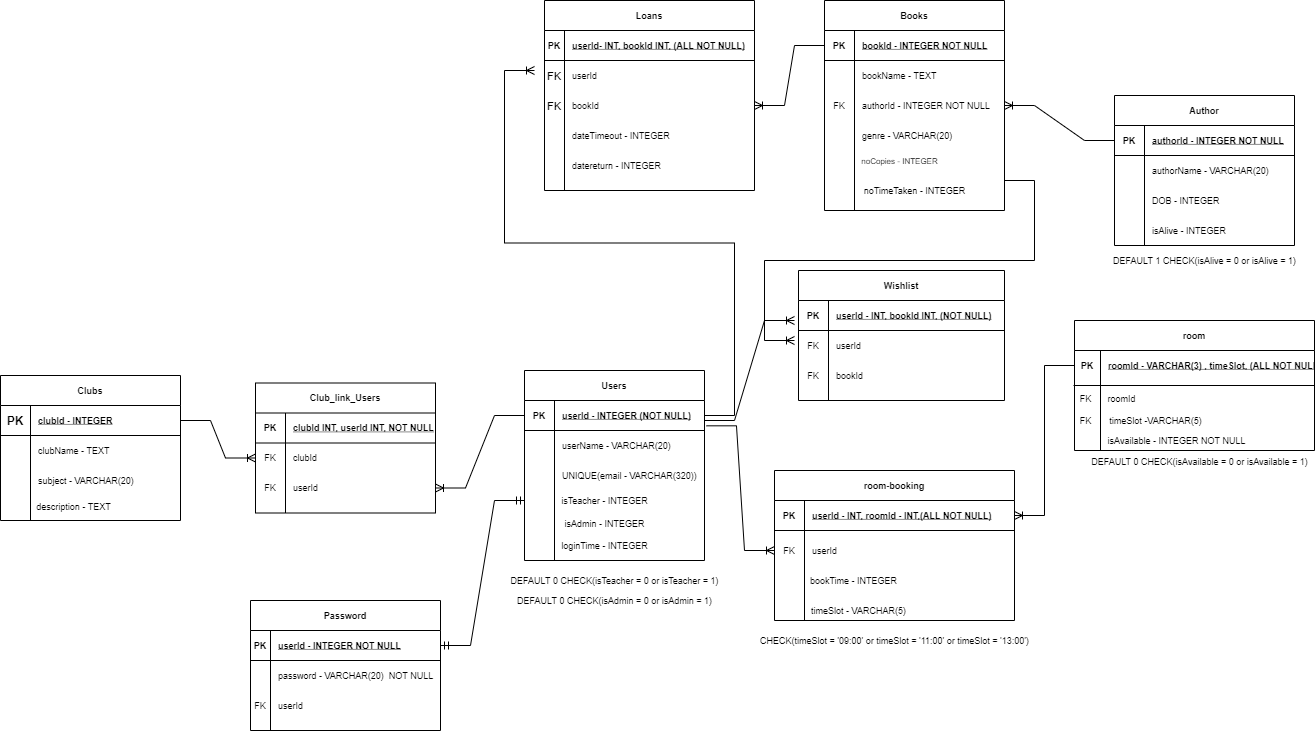
This is libary.png from aaron1brooker/databaseassignment, a draw.io export, as it was before one commit. Source tidied: cells renumbered, new cells last; positions are measured from the earlier drawing's top-left corner, leaving out a move shared by most shapes.
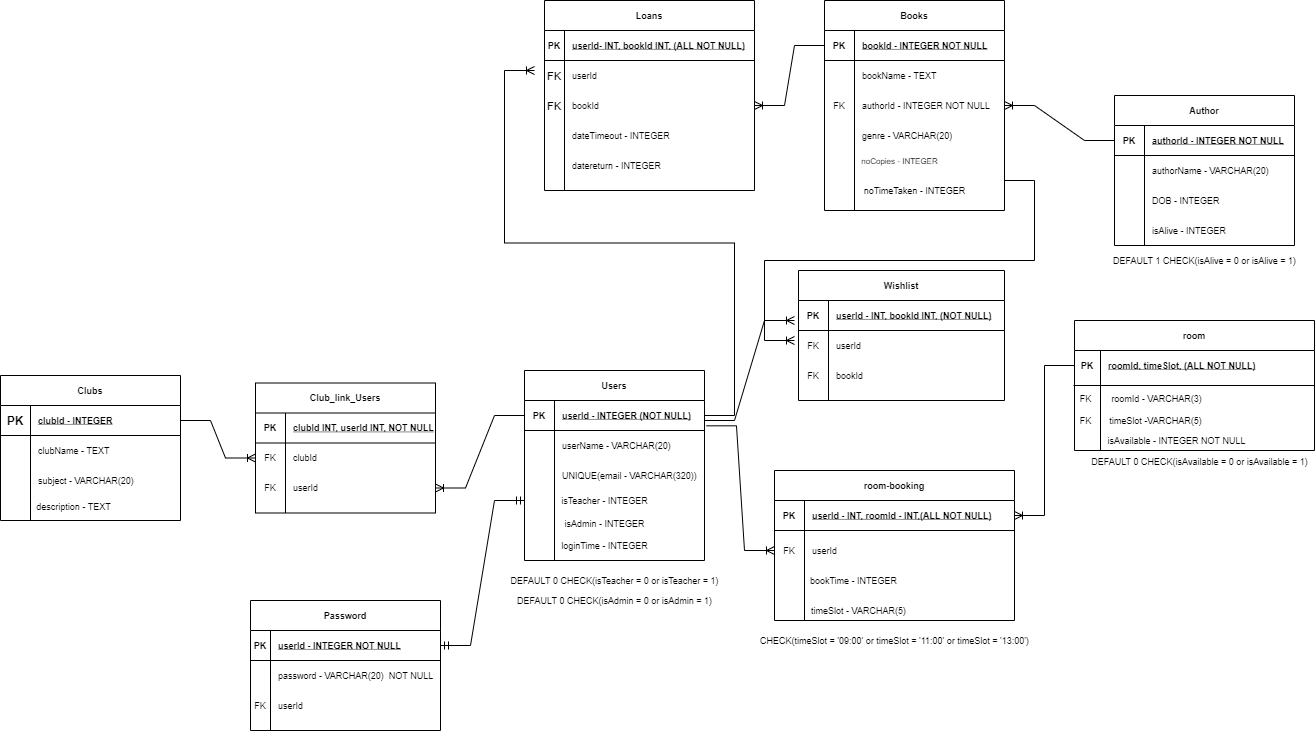
The same diagram one commit later.

Diff of the diagram source:
```diff
@@ -130,7 +130,7 @@
     <mxCell id="43" value="PK" style="shape=partialRectangle;fillColor=none;top=0;left=0;bottom=0;right=0;fontStyle=1;overflow=hidden;fontSize=9;" parent="42" vertex="1">
       <mxGeometry width="26" height="30" as="geometry" />
     </mxCell>
-    <mxCell id="44" value="roomId - VARCHAR(3) , timeSlot, (ALL NOT NULL)" style="shape=partialRectangle;fillColor=none;top=0;left=0;bottom=0;right=0;align=left;spacingLeft=6;fontStyle=5;overflow=hidden;fontSize=9;" parent="42" vertex="1">
+    <mxCell id="44" value="roomId, timeSlot, (ALL NOT NULL)" style="shape=partialRectangle;fillColor=none;top=0;left=0;bottom=0;right=0;align=left;spacingLeft=6;fontStyle=5;overflow=hidden;fontSize=9;" parent="42" vertex="1">
       <mxGeometry x="26" width="214" height="30" as="geometry" />
     </mxCell>
     <mxCell id="45" style="line;strokeWidth=1;dashed=0;labelPosition=right;align=left;verticalAlign=middle;spacingTop=0;spacingLeft=6;fontSize=9;" parent="1" vertex="1">
@@ -160,8 +160,8 @@
     <mxCell id="53" value="userId " style="shape=partialRectangle;fillColor=none;top=0;left=0;bottom=0;right=0;align=left;spacingLeft=6;overflow=hidden;fontSize=9;" parent="51" vertex="1">
       <mxGeometry x="30" width="210" height="40" as="geometry" />
     </mxCell>
-    <mxCell id="54" value="roomId" style="text;html=1;align=center;verticalAlign=middle;strokeColor=none;fillColor=none;fontSize=9;" parent="1" vertex="1">
-      <mxGeometry x="1101" y="388" width="40" height="20" as="geometry" />
+    <mxCell id="54" value="roomId - VARCHAR(3)" style="text;html=1;align=center;verticalAlign=middle;strokeColor=none;fillColor=none;fontSize=9;" parent="1" vertex="1">
+      <mxGeometry x="1101" y="388" width="110" height="20" as="geometry" />
     </mxCell>
     <mxCell id="55" value="FK" style="text;html=1;align=center;verticalAlign=middle;strokeColor=none;fillColor=none;fontSize=9;" parent="1" vertex="1">
       <mxGeometry x="1070" y="388" width="30" height="20" as="geometry" />
```
